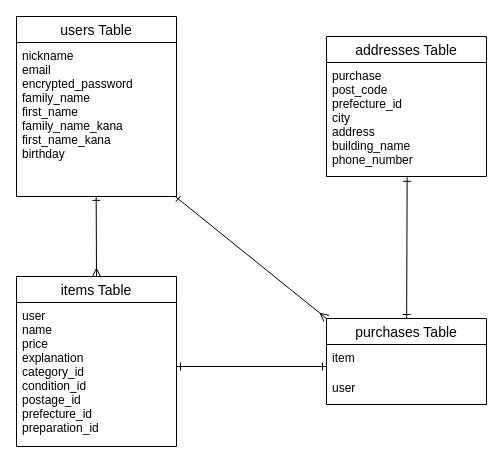
This is app.dio from chiaki-taro/furima-40363, a draw.io file, before an edit. Source tidied: cells renumbered, new cells numbered last; positions are measured from the earlier drawing's top-left corner, leaving out a move shared by most shapes. Both pictures are drawn from the tidied source at 100%, with x=0, y=0 at pixel (16, 16).
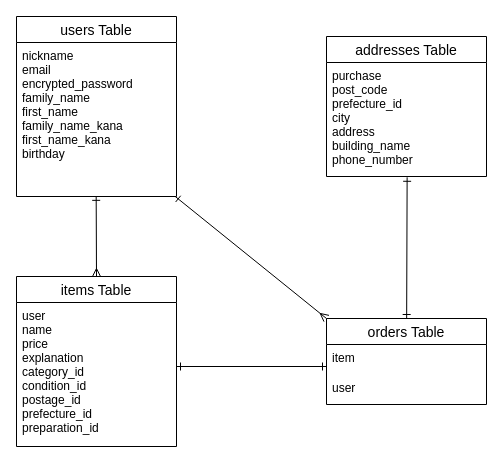
The same page after the edit.

Change to the diagram source:
```diff
@@
 <mxGraphModel>
   <root>
     <mxCell id="0" />
     <mxCell id="1" parent="0" />
     <mxCell id="2" value="users Table" style="swimlane;fontStyle=0;horizontal=1;startSize=26;align=center;fontSize=14;" parent="1" vertex="1">
       <mxGeometry width="160" height="180" as="geometry" />
     </mxCell>
     <mxCell id="3" value="nickname&#10;email&#10;encrypted_password&#10;family_name&#10;first_name&#10;family_name_kana&#10;first_name_kana&#10;birthday&#10;" style="text;strokeColor=none;fillColor=none;spacingLeft=4;spacingRight=4;overflow=hidden;points=[[0,0.5],[1,0.5]];portConstraint=eastwest;fontSize=12;" parent="2" vertex="1">
       <mxGeometry y="26" width="160" height="154" as="geometry" />
     </mxCell>
     <mxCell id="4" style="edgeStyle=none;html=1;endArrow=ERone;endFill=0;entryX=0.498;entryY=0.999;entryDx=0;entryDy=0;entryPerimeter=0;startArrow=ERmany;startFill=0;" parent="1" edge="1" target="3">
       <mxGeometry relative="1" as="geometry">
         <mxPoint x="80" y="260" as="sourcePoint" />
       </mxGeometry>
     </mxCell>
     <mxCell id="5" value="items Table" style="swimlane;fontStyle=0;horizontal=1;startSize=26;align=center;fontSize=14;" parent="1" vertex="1">
       <mxGeometry y="260" width="160" height="170" as="geometry" />
     </mxCell>
     <mxCell id="6" value="user&#10;name&#10;price&#10;explanation&#10;category_id&#10;condition_id&#10;postage_id&#10;prefecture_id&#10;preparation_id&#10;" style="text;strokeColor=none;fillColor=none;spacingLeft=4;spacingRight=4;overflow=hidden;fontSize=12;rounded=1;" parent="5" vertex="1">
       <mxGeometry y="26" width="160" height="144" as="geometry" />
     </mxCell>
     <mxCell id="7" value="addresses Table" style="swimlane;fontStyle=0;horizontal=1;startSize=26;align=center;fontSize=14;rounded=0;" parent="1" vertex="1">
       <mxGeometry x="310" y="20" width="160" height="140" as="geometry" />
     </mxCell>
     <mxCell id="8" value="purchase&#10;post_code&#10;prefecture_id&#10;city&#10;address&#10;building_name&#10;phone_number&#10;&#10;&#10;&#10;" style="text;strokeColor=none;fillColor=none;spacingLeft=4;spacingRight=4;overflow=hidden;points=[[0,0.5],[1,0.5]];portConstraint=eastwest;fontSize=12;rounded=1;" parent="7" vertex="1">
       <mxGeometry y="26" width="160" height="114" as="geometry" />
     </mxCell>
     <mxCell id="9" style="edgeStyle=none;html=1;entryX=0.504;entryY=1.007;entryDx=0;entryDy=0;entryPerimeter=0;startArrow=ERone;startFill=0;endArrow=ERone;endFill=0;" parent="1" edge="1" source="10" target="8">
       <mxGeometry relative="1" as="geometry" />
     </mxCell>
-    <mxCell id="10" value="purchases Table" style="swimlane;fontStyle=0;horizontal=1;startSize=26;align=center;fontSize=14;rounded=0;" parent="1" vertex="1">
+    <mxCell id="10" value="orders Table" style="swimlane;fontStyle=0;horizontal=1;startSize=26;align=center;fontSize=14;rounded=0;" parent="1" vertex="1">
       <mxGeometry x="310" y="302" width="160" height="86" as="geometry" />
     </mxCell>
     <mxCell id="11" value="item" style="text;strokeColor=none;fillColor=none;spacingLeft=4;spacingRight=4;overflow=hidden;fontSize=12;rounded=0;" parent="10" vertex="1">
       <mxGeometry y="26" width="160" height="30" as="geometry" />
     </mxCell>
     <mxCell id="12" value="user" style="text;strokeColor=none;fillColor=none;spacingLeft=4;spacingRight=4;overflow=hidden;fontSize=12;rounded=0;" parent="10" vertex="1">
       <mxGeometry y="56" width="160" height="30" as="geometry" />
     </mxCell>
     <mxCell id="13" style="edgeStyle=none;html=1;endArrow=ERmany;endFill=0;startArrow=ERone;startFill=0;entryX=0;entryY=0;entryDx=0;entryDy=0;exitX=0.991;exitY=0.999;exitDx=0;exitDy=0;exitPerimeter=0;" parent="1" edge="1" source="3" target="10">
       <mxGeometry relative="1" as="geometry" />
     </mxCell>
     <mxCell id="14" style="edgeStyle=none;html=1;endArrow=ERone;endFill=0;startArrow=ERone;startFill=0;" parent="1" edge="1">
       <mxGeometry relative="1" as="geometry">
         <mxPoint x="160" y="350" as="sourcePoint" />
         <mxPoint x="310" y="350" as="targetPoint" />
       </mxGeometry>
     </mxCell>
   </root>
 </mxGraphModel>
```
